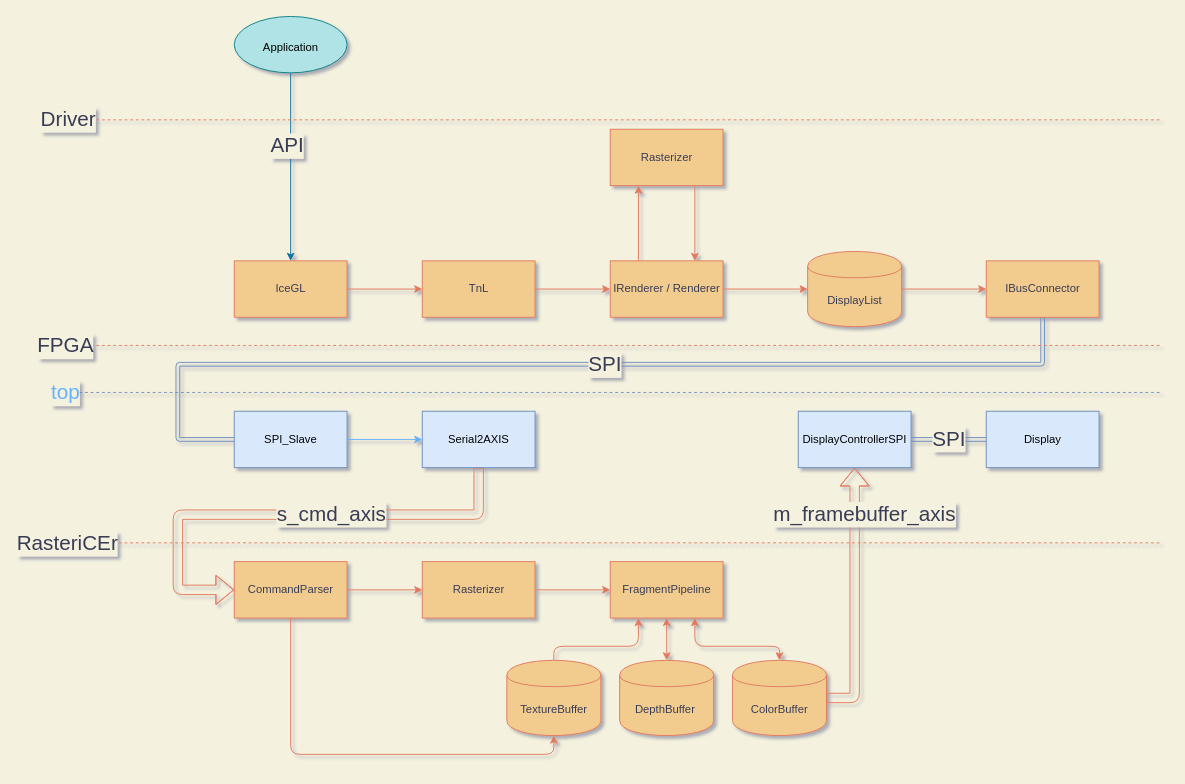
The draw.io diagram pictures/flow.drawio in ToNi3141/Rasterix, before the edit. Source tidied: cells renumbered, new cells numbered last; positions are measured from the earlier drawing's top-left corner, leaving out a move shared by most shapes. Both pictures are drawn from the tidied source at 94%, with x=0, y=0 at pixel (62, 16).
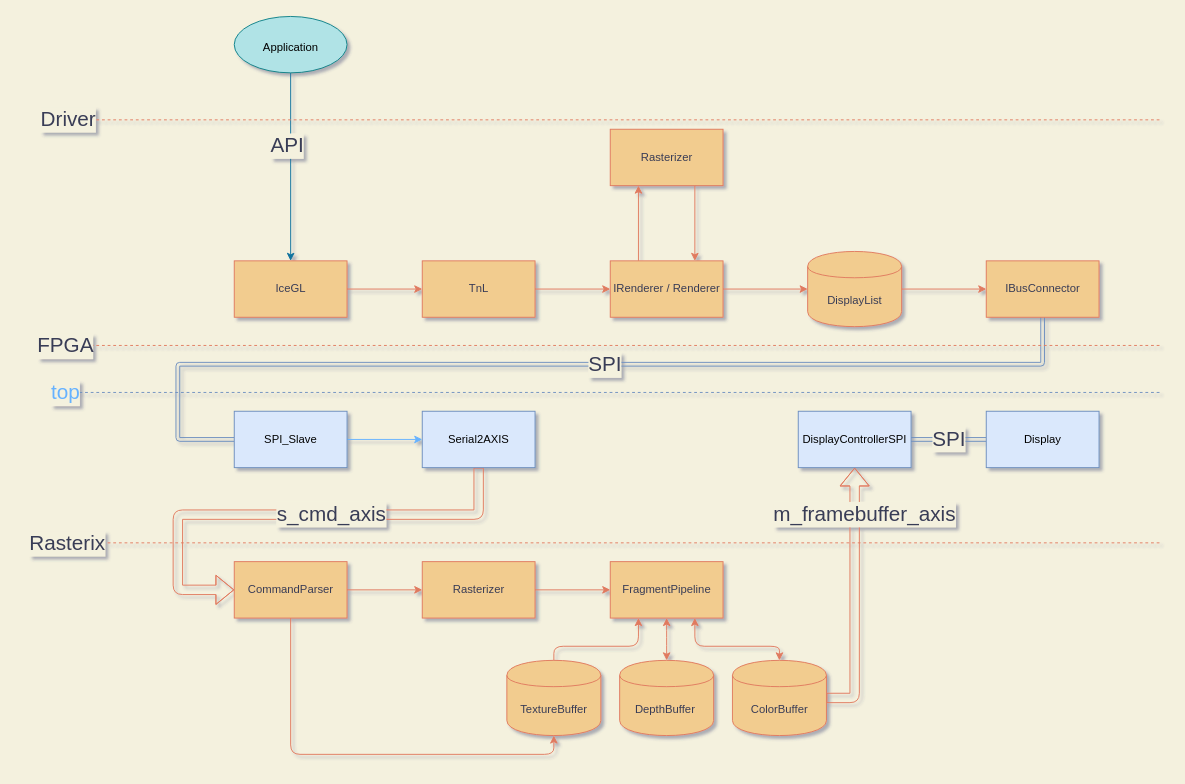
The same diagram, later.

The change refers to these unchanged cells:
```xml
<mxCell id="40" style="endArrow=none;dashed=1;html=1;fontSize=22;strokeColor=#E07A5F;fontColor=#393C56;labelBackgroundColor=#F4F1DE;" parent="1" edge="1">
  <mxGeometry relative="1" as="geometry">
    <mxPoint y="560" as="sourcePoint" />
    <mxPoint x="1170" y="560" as="targetPoint" />
  </mxGeometry>
</mxCell>
```

What changed in the source:
```diff
@@
-    <mxCell id="41" value="RasteriCEr" style="edgeLabel;html=1;align=center;verticalAlign=middle;fontSize=22;fontColor=#393C56;labelBackgroundColor=#F4F1DE;" parent="40" vertex="1">
+    <mxCell id="41" value="Rasterix" style="edgeLabel;html=1;align=center;verticalAlign=middle;fontSize=22;fontColor=#393C56;labelBackgroundColor=#F4F1DE;" parent="40" vertex="1">
       <mxGeometry x="-0.98" relative="1" as="geometry">
         <mxPoint x="-8" as="offset" />
       </mxGeometry>
     </mxCell>
```
